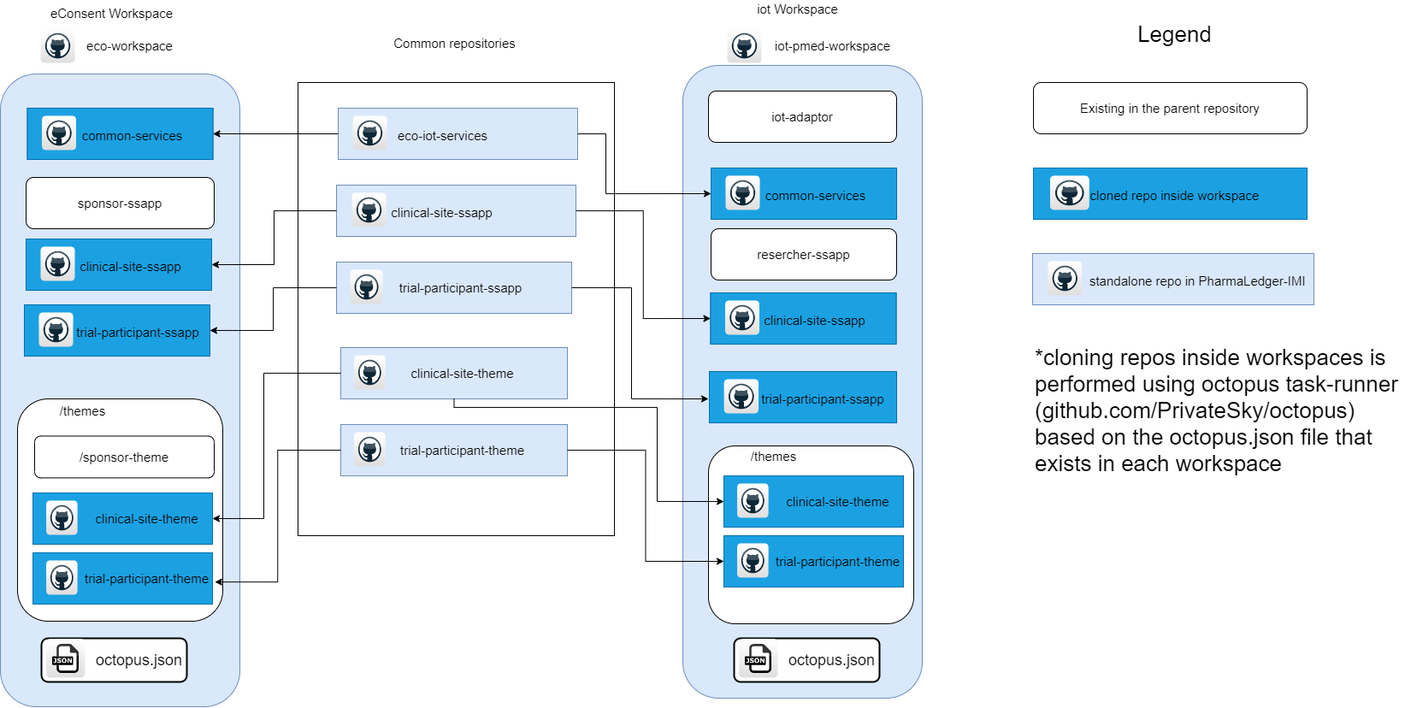
PharmaLedger-IMI/eco-iot-pmed-workspace keeps this draw.io diagram as iot-econsent-repos-diagram.png. Above is the earlier version. Source tidied: cells renumbered, new cells last; positions are measured from the earlier drawing's top-left corner, leaving out a move shared by most shapes.
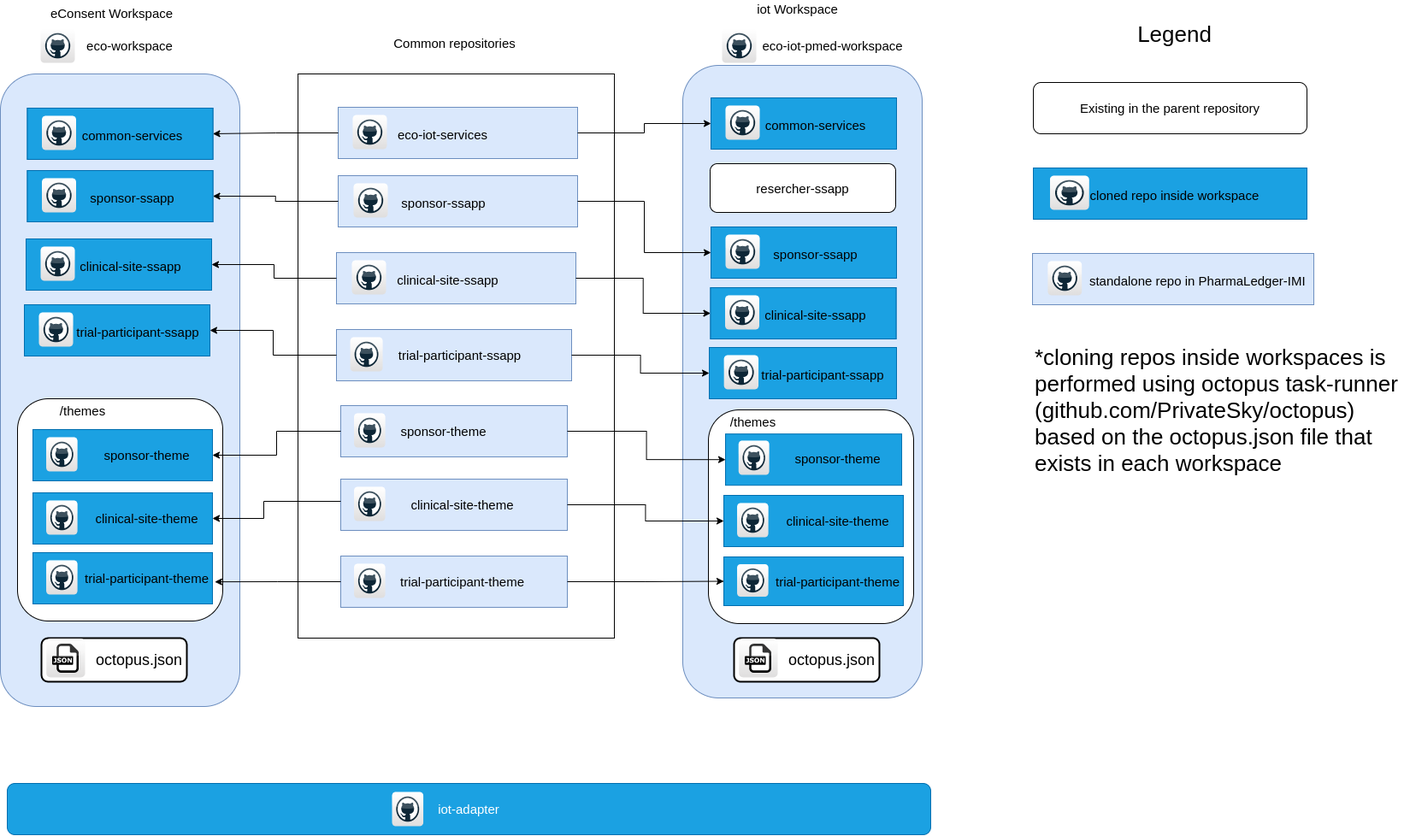
The same diagram one commit later.

Commit message:
eco-iot-pmed diagram update

The edit, as a diff of the source:
```diff
@@ -17,3 +17,3 @@
     <mxCell id="6" style="rounded=0;whiteSpace=wrap;html=1;" parent="1" vertex="1">
-      <mxGeometry x="348" y="96" width="370" height="530" as="geometry" />
+      <mxGeometry x="348" y="86" width="370" height="660" as="geometry" />
     </mxCell>
@@ -28,19 +28,16 @@
     </mxCell>
-    <mxCell id="10" value="iot-pmed-workspace" style="text;html=1;align=center;verticalAlign=middle;strokeColor=none;fillColor=none;fontSize=15;" parent="1" vertex="1">
-      <mxGeometry x="898" y="43" width="150" height="20" as="geometry" />
+    <mxCell id="10" value="eco-iot-pmed-workspace" style="text;html=1;align=center;verticalAlign=middle;strokeColor=none;fillColor=none;fontSize=15;" parent="1" vertex="1">
+      <mxGeometry x="883" y="43" width="180" height="20" as="geometry" />
     </mxCell>
     <mxCell id="11" style="dashed=0;html=1;align=center;labelPosition=center;verticalLabelPosition=bottom;verticalAlign=top;shape=mxgraph.webicons.github;gradientColor=#DFDEDE;fontSize=15;" parent="1" vertex="1">
-      <mxGeometry x="850" y="33" width="40" height="40" as="geometry" />
+      <mxGeometry x="844" y="33" width="40" height="40" as="geometry" />
     </mxCell>
     <mxCell id="12" value="resercher-ssapp" style="rounded=1;whiteSpace=wrap;html=1;fontSize=15;" parent="1" vertex="1">
-      <mxGeometry x="831" y="267" width="217" height="60" as="geometry" />
+      <mxGeometry x="830" y="191" width="217" height="57" as="geometry" />
     </mxCell>
-    <mxCell id="13" value="iot-adaptor" style="rounded=1;whiteSpace=wrap;html=1;fontSize=15;" parent="1" vertex="1">
-      <mxGeometry x="828" y="106" width="220" height="60" as="geometry" />
+    <mxCell id="13" value="iot-adapter" style="rounded=1;whiteSpace=wrap;html=1;fontSize=15;fillColor=#1ba1e2;strokeColor=#006EAF;fontColor=#ffffff;" parent="1" vertex="1">
+      <mxGeometry x="8" y="916" width="1080" height="60" as="geometry" />
     </mxCell>
-    <mxCell id="14" value="sponsor-ssapp" style="rounded=1;whiteSpace=wrap;html=1;fontSize=15;" parent="1" vertex="1">
-      <mxGeometry x="30" y="207" width="220" height="60" as="geometry" />
-    </mxCell>
     <mxCell id="15" style="group;" parent="1" vertex="1">
-      <mxGeometry x="395" y="126" width="280" height="60" as="geometry" />
+      <mxGeometry x="395" y="125" width="280" height="60" as="geometry" />
     </mxCell>
@@ -58,10 +55,2 @@
     </mxCell>
-    <mxCell id="20" style="edgeStyle=orthogonalEdgeStyle;rounded=0;jettySize=auto;html=1;fontSize=15;entryX=0;entryY=0.5;entryDx=0;entryDy=0;" parent="1" edge="1" source="16" target="26">
-      <mxGeometry relative="1" as="geometry">
-        <Array as="points">
-          <mxPoint x="708" y="156" />
-          <mxPoint x="708" y="226" />
-        </Array>
-      </mxGeometry>
-    </mxCell>
     <mxCell id="21" style="group;fillColor=#1ba1e2;fontColor=#ffffff;strokeColor=#006EAF;" parent="1" vertex="1">
@@ -79,3 +68,3 @@
     <mxCell id="25" style="group;fillColor=#1ba1e2;fontColor=#ffffff;strokeColor=#006EAF;" parent="1" vertex="1">
-      <mxGeometry x="831" y="196" width="217" height="60" as="geometry" />
+      <mxGeometry x="831" y="114" width="217" height="60" as="geometry" />
     </mxCell>
@@ -91,3 +80,3 @@
     <mxCell id="29" style="group;" parent="1" vertex="1">
-      <mxGeometry x="394" y="216" width="280" height="60" as="geometry" />
+      <mxGeometry x="394" y="295" width="280" height="60" as="geometry" />
     </mxCell>
@@ -97,3 +86,3 @@
     <mxCell id="31" value="clinical-site-ssapp" style="text;html=1;align=center;verticalAlign=middle;strokeColor=none;fillColor=none;fontSize=15;" parent="29" vertex="1">
-      <mxGeometry x="57" y="22" width="130" height="20" as="geometry" />
+      <mxGeometry x="64" y="22" width="130" height="20" as="geometry" />
     </mxCell>
@@ -115,3 +104,3 @@
     <mxCell id="37" style="group;fillColor=#1ba1e2;fontColor=#ffffff;strokeColor=#006EAF;" parent="1" vertex="1">
-      <mxGeometry x="830.5" y="342" width="217" height="60" as="geometry" />
+      <mxGeometry x="830.5" y="336" width="217" height="60" as="geometry" />
     </mxCell>
@@ -138,5 +127,2 @@
     </mxCell>
-    <mxCell id="45" value="/sponsor-theme" style="rounded=1;whiteSpace=wrap;html=1;fontSize=15;" parent="43" vertex="1">
-      <mxGeometry x="10" y="43.5" width="210" height="48.9" as="geometry" />
-    </mxCell>
     <mxCell id="46" value="/themes" style="text;html=1;align=center;verticalAlign=middle;strokeColor=none;fillColor=none;fontSize=15;" parent="43" vertex="1">
@@ -168,4 +154,16 @@
     </mxCell>
+    <mxCell id="111" style="group;" parent="43" vertex="1">
+      <mxGeometry x="8" y="36" width="265" height="60" as="geometry" />
+    </mxCell>
+    <mxCell id="112" style="rounded=0;whiteSpace=wrap;html=1;fontSize=15;fillColor=#1ba1e2;strokeColor=#006EAF;fontColor=#ffffff;" parent="111" vertex="1">
+      <mxGeometry width="210" height="60" as="geometry" />
+    </mxCell>
+    <mxCell id="113" value="sponsor-theme" style="text;html=1;align=center;verticalAlign=middle;strokeColor=none;fillColor=none;fontSize=15;" parent="111" vertex="1">
+      <mxGeometry x="72.5" y="20" width="120" height="20" as="geometry" />
+    </mxCell>
+    <mxCell id="114" style="dashed=0;html=1;align=center;labelPosition=center;verticalLabelPosition=bottom;verticalAlign=top;shape=mxgraph.webicons.github;gradientColor=#DFDEDE;fontSize=15;" parent="111" vertex="1">
+      <mxGeometry x="15.5" y="9" width="36.6" height="40" as="geometry" />
+    </mxCell>
     <mxCell id="55" style="group;" parent="1" vertex="1">
-      <mxGeometry x="393" y="306" width="275" height="60" as="geometry" />
+      <mxGeometry x="393" y="385" width="275" height="60" as="geometry" />
     </mxCell>
@@ -175,3 +173,3 @@
     <mxCell id="57" value="trial-participant-ssapp" style="text;html=1;align=center;verticalAlign=middle;strokeColor=none;fillColor=none;fontSize=15;" parent="55" vertex="1">
-      <mxGeometry x="65" y="20" width="160" height="20" as="geometry" />
+      <mxGeometry x="64" y="20" width="160" height="20" as="geometry" />
     </mxCell>
@@ -196,3 +194,3 @@
     <mxCell id="64" style="group;fillColor=#1ba1e2;fontColor=#ffffff;strokeColor=#006EAF;" parent="1" vertex="1">
-      <mxGeometry x="829" y="434" width="219" height="60" as="geometry" />
+      <mxGeometry x="829" y="406" width="219" height="60" as="geometry" />
     </mxCell>
@@ -207,13 +205,4 @@
     </mxCell>
-    <mxCell id="68" style="edgeStyle=orthogonalEdgeStyle;rounded=0;jettySize=auto;html=1;fontSize=15;exitX=1;exitY=0.5;exitDx=0;exitDy=0;" parent="1" edge="1" source="56">
-      <mxGeometry relative="1" as="geometry">
-        <mxPoint x="828" y="466" as="targetPoint" />
-        <Array as="points">
-          <mxPoint x="738" y="336" />
-          <mxPoint x="738" y="466" />
-        </Array>
-      </mxGeometry>
-    </mxCell>
     <mxCell id="69" style="group;" parent="1" vertex="1">
-      <mxGeometry x="398" y="406" width="265" height="60" as="geometry" />
+      <mxGeometry x="398" y="560" width="265" height="60" as="geometry" />
     </mxCell>
@@ -229,3 +218,3 @@
     <mxCell id="73" style="group;" parent="1" vertex="1">
-      <mxGeometry x="398" y="496" width="265" height="60" as="geometry" />
+      <mxGeometry x="398" y="650" width="265" height="60" as="geometry" />
     </mxCell>
@@ -244,9 +233,6 @@
     <mxCell id="78" style="rounded=1;whiteSpace=wrap;html=1;fontSize=15;" parent="77" vertex="1">
-      <mxGeometry x="-10" y="2" width="240" height="208" as="geometry" />
+      <mxGeometry x="-10" y="-40" width="240" height="250" as="geometry" />
     </mxCell>
-    <mxCell id="79" value="/themes" style="text;html=1;align=center;verticalAlign=middle;strokeColor=none;fillColor=none;fontSize=15;" parent="77" vertex="1">
-      <mxGeometry x="31" y="4.3" width="70" height="20" as="geometry" />
-    </mxCell>
     <mxCell id="80" style="group;" parent="77" vertex="1">
-      <mxGeometry x="8" y="37" width="265" height="60" as="geometry" />
+      <mxGeometry x="8" y="60" width="265" height="60" as="geometry" />
     </mxCell>
@@ -262,17 +248,19 @@
     <mxCell id="84" style="group;" parent="77" vertex="1">
-      <mxGeometry x="8" y="107" width="265" height="60" as="geometry" />
+      <mxGeometry x="8" y="132" width="265" height="57" as="geometry" />
     </mxCell>
     <mxCell id="85" style="rounded=0;whiteSpace=wrap;html=1;fontSize=15;fillColor=#1ba1e2;strokeColor=#006EAF;fontColor=#ffffff;" parent="84" vertex="1">
-      <mxGeometry width="210" height="60" as="geometry" />
+      <mxGeometry width="210" height="57" as="geometry" />
     </mxCell>
     <mxCell id="86" value="trial-participant-theme" style="text;html=1;align=center;verticalAlign=middle;strokeColor=none;fillColor=none;fontSize=15;" parent="84" vertex="1">
-      <mxGeometry x="52.5" y="20" width="160" height="20" as="geometry" />
+      <mxGeometry x="52.5" y="19" width="160" height="20" as="geometry" />
     </mxCell>
     <mxCell id="87" style="dashed=0;html=1;align=center;labelPosition=center;verticalLabelPosition=bottom;verticalAlign=top;shape=mxgraph.webicons.github;gradientColor=#DFDEDE;fontSize=15;" parent="84" vertex="1">
-      <mxGeometry x="15.5" y="9" width="36.6" height="40" as="geometry" />
+      <mxGeometry x="15.5" y="8.6" width="36.6" height="38" as="geometry" />
     </mxCell>
-    <mxCell id="88" style="edgeStyle=orthogonalEdgeStyle;rounded=0;jettySize=auto;html=1;entryX=1;entryY=0.5;entryDx=0;entryDy=0;fontSize=15;" parent="1" edge="1" source="70" target="48">
+    <mxCell id="88" style="edgeStyle=orthogonalEdgeStyle;rounded=0;jettySize=auto;html=1;entryX=1;entryY=0.5;entryDx=0;entryDy=0;fontSize=15;" parent="1" edge="1" target="48">
       <mxGeometry relative="1" as="geometry">
+        <mxPoint x="398" y="586" as="sourcePoint" />
         <Array as="points">
-          <mxPoint x="308" y="436" />
+          <mxPoint x="398" y="586" />
+          <mxPoint x="308" y="586" />
           <mxPoint x="308" y="606" />
@@ -287,11 +275,2 @@
     </mxCell>
-    <mxCell id="91" style="edgeStyle=orthogonalEdgeStyle;rounded=0;jettySize=auto;html=1;entryX=0;entryY=0.5;entryDx=0;entryDy=0;fontSize=15;" parent="1" edge="1" source="70" target="81">
-      <mxGeometry relative="1" as="geometry">
-        <Array as="points">
-          <mxPoint x="531" y="476" />
-          <mxPoint x="768" y="476" />
-          <mxPoint x="768" y="586" />
-        </Array>
-      </mxGeometry>
-    </mxCell>
     <mxCell id="92" value="Legend" style="text;html=1;align=center;verticalAlign=middle;strokeColor=none;fillColor=none;fontSize=26;strokeWidth=2;" parent="1" vertex="1">
@@ -353,2 +332,89 @@
     </mxCell>
+    <mxCell id="115" style="group;fillColor=#1ba1e2;fontColor=#ffffff;strokeColor=#006EAF;" parent="1" vertex="1">
+      <mxGeometry x="31.5" y="199" width="217" height="60" as="geometry" />
+    </mxCell>
+    <mxCell id="116" style="rounded=0;whiteSpace=wrap;html=1;fontSize=15;fillColor=#1ba1e2;strokeColor=#006EAF;fontColor=#ffffff;" parent="115" vertex="1">
+      <mxGeometry width="217" height="60" as="geometry" />
+    </mxCell>
+    <mxCell id="117" value="sponsor-ssapp" style="text;html=1;align=center;verticalAlign=middle;strokeColor=none;fillColor=none;fontSize=15;" parent="115" vertex="1">
+      <mxGeometry x="67" y="22" width="110" height="20" as="geometry" />
+    </mxCell>
+    <mxCell id="118" style="dashed=0;html=1;align=center;labelPosition=center;verticalLabelPosition=bottom;verticalAlign=top;shape=mxgraph.webicons.github;gradientColor=#DFDEDE;fontSize=15;" parent="115" vertex="1">
+      <mxGeometry x="17" y="9" width="40" height="40" as="geometry" />
+    </mxCell>
+    <mxCell id="119" style="group;" parent="1" vertex="1">
+      <mxGeometry x="396" y="205" width="280" height="60" as="geometry" />
+    </mxCell>
+    <mxCell id="120" style="rounded=0;whiteSpace=wrap;html=1;fontSize=15;fillColor=#dae8fc;strokeColor=#6c8ebf;" parent="119" vertex="1">
+      <mxGeometry x="-1" width="280" height="60" as="geometry" />
+    </mxCell>
+    <mxCell id="121" value="sponsor-ssapp" style="text;html=1;align=center;verticalAlign=middle;strokeColor=none;fillColor=none;fontSize=15;" parent="119" vertex="1">
+      <mxGeometry x="67" y="22" width="110" height="20" as="geometry" />
+    </mxCell>
+    <mxCell id="122" style="dashed=0;html=1;align=center;labelPosition=center;verticalLabelPosition=bottom;verticalAlign=top;shape=mxgraph.webicons.github;gradientColor=#DFDEDE;fontSize=15;" parent="119" vertex="1">
+      <mxGeometry x="17" y="9" width="40" height="40" as="geometry" />
+    </mxCell>
+    <mxCell id="123" style="endArrow=classic;html=1;rounded=0;exitX=0;exitY=0.5;exitDx=0;exitDy=0;entryX=1;entryY=0.5;entryDx=0;entryDy=0;edgeStyle=orthogonalEdgeStyle;" parent="1" edge="1" source="120" target="116">
+      <mxGeometry relative="1" as="geometry" />
+    </mxCell>
+    <mxCell id="124" style="group;" parent="1" vertex="1">
+      <mxGeometry x="398" y="474" width="265" height="60" as="geometry" />
+    </mxCell>
+    <mxCell id="125" style="rounded=0;whiteSpace=wrap;html=1;fontSize=15;fillColor=#dae8fc;strokeColor=#6c8ebf;" parent="124" vertex="1">
+      <mxGeometry width="265" height="60" as="geometry" />
+    </mxCell>
+    <mxCell id="126" value="sponsor-theme" style="text;html=1;align=center;verticalAlign=middle;strokeColor=none;fillColor=none;fontSize=15;" parent="124" vertex="1">
+      <mxGeometry x="60" y="20" width="120" height="20" as="geometry" />
+    </mxCell>
+    <mxCell id="127" style="dashed=0;html=1;align=center;labelPosition=center;verticalLabelPosition=bottom;verticalAlign=top;shape=mxgraph.webicons.github;gradientColor=#DFDEDE;fontSize=15;" parent="124" vertex="1">
+      <mxGeometry x="15.5" y="9" width="36.6" height="40" as="geometry" />
+    </mxCell>
+    <mxCell id="128" style="endArrow=classic;html=1;rounded=0;exitX=0;exitY=0.5;exitDx=0;exitDy=0;entryX=1;entryY=0.5;entryDx=0;entryDy=0;edgeStyle=orthogonalEdgeStyle;" parent="1" edge="1" source="125" target="112">
+      <mxGeometry relative="1" as="geometry" />
+    </mxCell>
+    <mxCell id="20" style="endArrow=classic;html=1;rounded=0;exitX=1;exitY=0.5;exitDx=0;exitDy=0;entryX=0;entryY=0.5;entryDx=0;entryDy=0;edgeStyle=orthogonalEdgeStyle;" parent="1" edge="1" source="16" target="26">
+      <mxGeometry relative="1" as="geometry" />
+    </mxCell>
+    <mxCell id="91" style="endArrow=classic;html=1;rounded=0;exitX=1;exitY=0.5;exitDx=0;exitDy=0;entryX=0;entryY=0.5;entryDx=0;entryDy=0;edgeStyle=orthogonalEdgeStyle;" parent="1" edge="1" source="70" target="81">
+      <mxGeometry relative="1" as="geometry" />
+    </mxCell>
+    <mxCell id="129" style="group;fillColor=#1ba1e2;fontColor=#ffffff;strokeColor=#006EAF;" parent="1" vertex="1">
+      <mxGeometry x="831" y="265" width="217" height="60" as="geometry" />
+    </mxCell>
+    <mxCell id="130" style="rounded=0;whiteSpace=wrap;html=1;fontSize=15;fillColor=#1ba1e2;strokeColor=#006EAF;fontColor=#ffffff;" parent="129" vertex="1">
+      <mxGeometry width="217" height="60" as="geometry" />
+    </mxCell>
+    <mxCell id="131" value="sponsor-ssapp" style="text;html=1;align=center;verticalAlign=middle;strokeColor=none;fillColor=none;fontSize=15;" parent="129" vertex="1">
+      <mxGeometry x="67" y="22" width="110" height="20" as="geometry" />
+    </mxCell>
+    <mxCell id="132" style="dashed=0;html=1;align=center;labelPosition=center;verticalLabelPosition=bottom;verticalAlign=top;shape=mxgraph.webicons.github;gradientColor=#DFDEDE;fontSize=15;" parent="129" vertex="1">
+      <mxGeometry x="17" y="9" width="40" height="40" as="geometry" />
+    </mxCell>
+    <mxCell id="79" value="/themes" style="text;html=1;align=center;verticalAlign=middle;strokeColor=none;fillColor=none;fontSize=15;" parent="1" vertex="1">
+      <mxGeometry x="845" y="483" width="70" height="20" as="geometry" />
+    </mxCell>
+    <mxCell id="133" style="group;" parent="1" vertex="1">
+      <mxGeometry x="848" y="506" width="260" height="60" as="geometry" />
+    </mxCell>
+    <mxCell id="134" style="rounded=0;whiteSpace=wrap;html=1;fontSize=15;fillColor=#1ba1e2;strokeColor=#006EAF;fontColor=#ffffff;" parent="133" vertex="1">
+      <mxGeometry y="1.2" width="206" height="60" as="geometry" />
+    </mxCell>
+    <mxCell id="135" value="sponsor-theme" style="text;html=1;align=center;verticalAlign=middle;strokeColor=none;fillColor=none;fontSize=15;" parent="133" vertex="1">
+      <mxGeometry x="71.1" y="20" width="120" height="20" as="geometry" />
+    </mxCell>
+    <mxCell id="136" style="dashed=0;html=1;align=center;labelPosition=center;verticalLabelPosition=bottom;verticalAlign=top;shape=mxgraph.webicons.github;gradientColor=#DFDEDE;fontSize=15;" parent="133" vertex="1">
+      <mxGeometry x="15.2" y="9" width="35.9" height="40" as="geometry" />
+    </mxCell>
+    <mxCell id="137" style="endArrow=classic;html=1;rounded=0;exitX=1;exitY=0.5;exitDx=0;exitDy=0;entryX=0;entryY=0.5;entryDx=0;entryDy=0;edgeStyle=orthogonalEdgeStyle;" parent="1" edge="1" source="125" target="134">
+      <mxGeometry relative="1" as="geometry" />
+    </mxCell>
+    <mxCell id="138" style="dashed=0;html=1;align=center;labelPosition=center;verticalLabelPosition=bottom;verticalAlign=top;shape=mxgraph.webicons.github;gradientColor=#DFDEDE;fontSize=15;" parent="1" vertex="1">
+      <mxGeometry x="458" y="926" width="36.6" height="40" as="geometry" />
+    </mxCell>
+    <mxCell id="139" style="endArrow=classic;html=1;rounded=0;exitX=1;exitY=0.5;exitDx=0;exitDy=0;entryX=0;entryY=0.5;entryDx=0;entryDy=0;edgeStyle=orthogonalEdgeStyle;" parent="1" edge="1" source="120" target="130">
+      <mxGeometry relative="1" as="geometry" />
+    </mxCell>
+    <mxCell id="140" style="endArrow=classic;html=1;rounded=0;exitX=1;exitY=0.5;exitDx=0;exitDy=0;entryX=0;entryY=0.5;entryDx=0;entryDy=0;edgeStyle=orthogonalEdgeStyle;" parent="1" edge="1" source="56" target="65">
+      <mxGeometry relative="1" as="geometry" />
+    </mxCell>
   </root>
```
